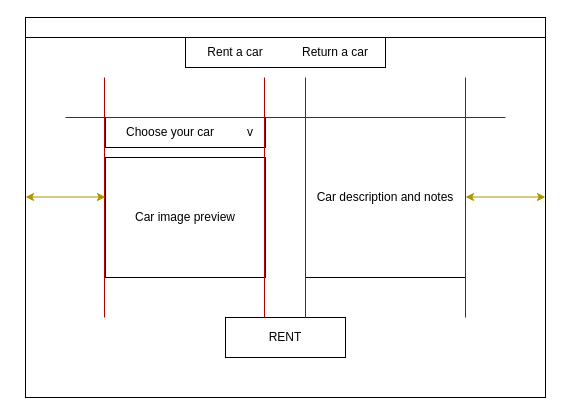
Above: Documentation/Mockup/Files/employee_rent_gui.drawio in dariocurr/prsw_project (draw.io), before the change. Source tidied: cells renumbered, new cells numbered last; positions are measured from the earlier drawing's top-left corner, leaving out a move shared by most shapes. Both pictures are drawn from the tidied source at 100%, with x=0, y=0 at pixel (25, 17).
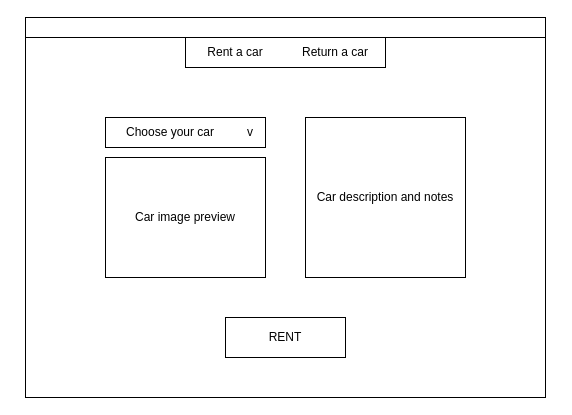
The same diagram, later.

Diff of the diagram source:
```diff
@@
-    <mxCell id="13" style="endArrow=none;html=1;fillColor=#e51400;strokeColor=#B20000;" parent="1" edge="1">
-      <mxGeometry relative="1" as="geometry">
-        <mxPoint x="40" y="100" as="sourcePoint" />
-        <mxPoint x="480" y="100" as="targetPoint" />
-      </mxGeometry>
-    </mxCell>
-    <mxCell id="14" style="endArrow=none;html=1;fillColor=#e51400;strokeColor=#B20000;" parent="1" edge="1">
-      <mxGeometry relative="1" as="geometry">
-        <mxPoint x="79" y="60" as="sourcePoint" />
-        <mxPoint x="79" y="300" as="targetPoint" />
-      </mxGeometry>
-    </mxCell>
-    <mxCell id="15" style="endArrow=none;html=1;fillColor=#e51400;strokeColor=#B20000;" parent="1" edge="1">
-      <mxGeometry relative="1" as="geometry">
-        <mxPoint x="239" y="60" as="sourcePoint" />
-        <mxPoint x="239" y="300" as="targetPoint" />
-      </mxGeometry>
-    </mxCell>
-    <mxCell id="16" style="endArrow=none;html=1;fillColor=#e51400;strokeColor=#B20000;" parent="1" edge="1">
-      <mxGeometry relative="1" as="geometry">
-        <mxPoint x="280" y="60" as="sourcePoint" />
-        <mxPoint x="280" y="300" as="targetPoint" />
-      </mxGeometry>
-    </mxCell>
-    <mxCell id="17" style="endArrow=none;html=1;fillColor=#e51400;strokeColor=#B20000;" parent="1" edge="1">
-      <mxGeometry relative="1" as="geometry">
-        <mxPoint x="440" y="60" as="sourcePoint" />
-        <mxPoint x="440" y="300" as="targetPoint" />
-      </mxGeometry>
-    </mxCell>
-    <mxCell id="18" style="endArrow=classic;startArrow=classic;html=1;fillColor=#e3c800;strokeColor=#B09500;" parent="1" edge="1">
-      <mxGeometry relative="1" as="geometry">
-        <mxPoint y="179.5" as="sourcePoint" />
-        <mxPoint x="80" y="179.5" as="targetPoint" />
-      </mxGeometry>
-    </mxCell>
-    <mxCell id="19" style="endArrow=classic;startArrow=classic;html=1;fillColor=#e3c800;strokeColor=#B09500;" parent="1" edge="1">
-      <mxGeometry relative="1" as="geometry">
-        <mxPoint x="440" y="179.5" as="sourcePoint" />
-        <mxPoint x="520" y="179.5" as="targetPoint" />
-      </mxGeometry>
-    </mxCell>
```
